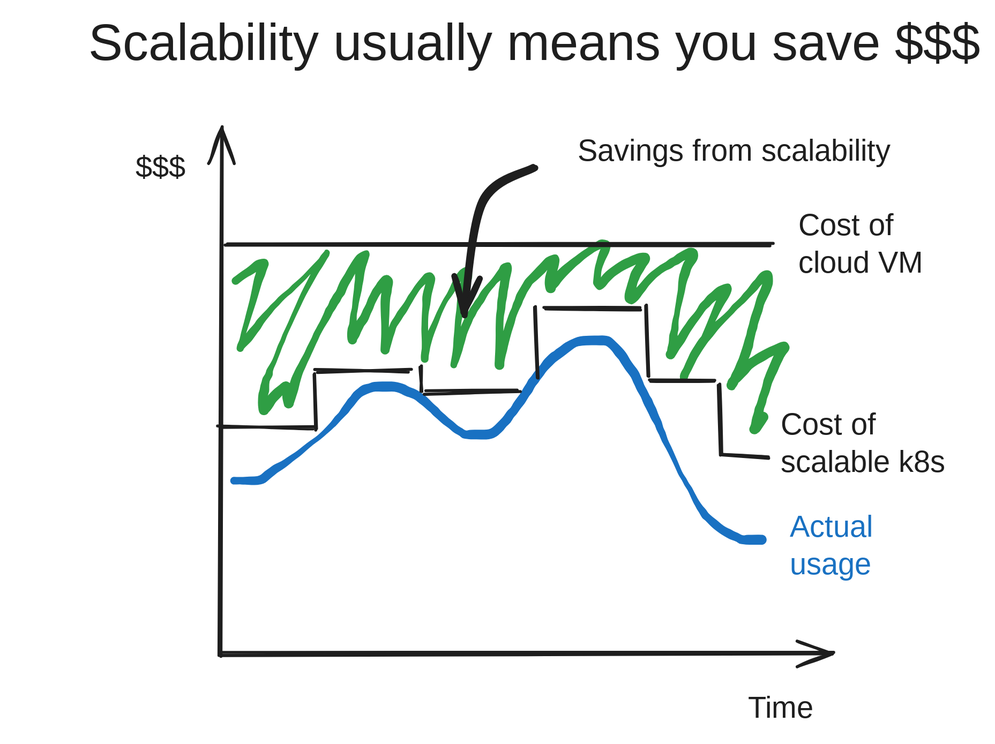
Above: content/blog/2025/binder-singlenode/images/scalable.excalidraw.svg in 2i2c-org/2i2c-org.github.io (Excalidraw), before the change. Source tidied: one line per element, renumbered; positions are measured from the earlier drawing's top-left corner, leaving out a move shared by most shapes.
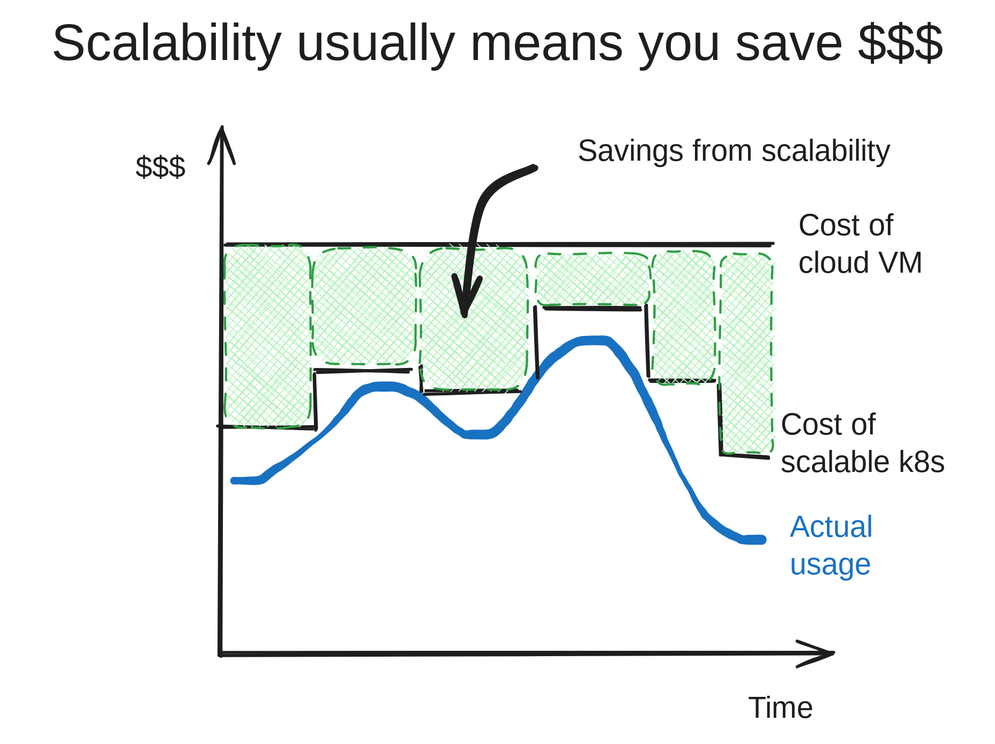
Later version of the same file.

What changed in the source:
```diff
@@ -1,4 +1,3 @@
-{"id": 0, "type": "freedraw", "strokeColor": "#2f9e44", "backgroundColor": "#a5d8ff", "fillStyle": "cross-hatch", "strokeWidth": 1, "roughness": 1, "x": 147, "y": 177, "width": 367, "height": 125, "points": [[0, 0], [3, 45], [47, 6], [18, 83], [37, 76], [72, 2], [78, 31], [102, 0], [118, 9], [127, 45], [151, 13], [173, 0], [176, 47], [197, -1], [211, 3], [241, 4], [265, -2], [302, -18], [292, 43], [324, 6], [307, 47], [355, -1], [337, 59], [363, 45], [348, 93]]}
 {"id": 1, "type": "arrow", "strokeColor": "#1e1e1e", "backgroundColor": "#ffec99", "fillStyle": "solid", "strokeWidth": 2, "roughness": 1, "endArrowhead": "arrow", "round": true, "x": 137, "y": 426, "width": 408, "height": 0, "points": [[0, 0], [408, 0]]}
 {"id": 2, "type": "arrow", "strokeColor": "#1e1e1e", "backgroundColor": "#ffec99", "fillStyle": "solid", "strokeWidth": 2, "roughness": 1, "endArrowhead": "arrow", "round": true, "x": 137, "y": 427, "width": 0, "height": 352, "points": [[0, 0], [0, -352]]}
 {"id": 3, "type": "freedraw", "strokeColor": "#1971c2", "backgroundColor": "#ffec99", "fillStyle": "solid", "strokeWidth": 1, "roughness": 1, "x": 146, "y": 311, "width": 352, "height": 133, "points": [[0, 0], [17, 0], [38, -15], [68, -39], [79, -54], [90, -62], [102, -63], [118, -59], [133, -47], [150, -33], [161, -31], [177, -36], [190, -52], [198, -65], [208, -78], [222, -89], [238, -94], [250, -92], [260, -82], [270, -65], [278, -48], [296, -10], [312, 20], [324, 32], [339, 39], [351, 39]]}
@@ -19,6 +18,12 @@
 {"id": 18, "type": "line", "strokeColor": "#1e1e1e", "backgroundColor": "#ffec99", "fillStyle": "cross-hatch", "strokeWidth": 2, "roughness": 1, "round": true, "x": 271, "y": 251, "width": 1, "height": 16, "points": [[0, 0], [-1, -16]]}
 {"id": 19, "type": "text", "text": "$$$", "strokeColor": "#1e1e1e", "backgroundColor": "#ffec99", "fillStyle": "cross-hatch", "strokeWidth": 2, "roughness": 1, "fontSize": 20, "fontFamily": 5, "textAlign": "right", "x": 70, "y": 90, "width": 44, "height": 25}
 {"id": 20, "type": "text", "text": "Time", "strokeColor": "#1e1e1e", "backgroundColor": "#ffec99", "fillStyle": "cross-hatch", "strokeWidth": 2, "roughness": 1, "fontSize": 20, "fontFamily": 5, "x": 489, "y": 451, "width": 48, "height": 25}
-{"id": 21, "type": "arrow", "strokeColor": "#1e1e1e", "backgroundColor": "#ffec99", "fillStyle": "cross-hatch", "strokeWidth": 4, "roughness": 1, "endArrowhead": "arrow", "round": true, "x": 347, "y": 101, "width": 47, "height": 98, "points": [[0, 0], [-34, 24], [-47, 98]]}
 {"id": 22, "type": "text", "text": "Savings from scalability", "strokeColor": "#1e1e1e", "backgroundColor": "#ffec99", "fillStyle": "cross-hatch", "strokeWidth": 2, "roughness": 1, "fontSize": 20, "fontFamily": 5, "textAlign": "right", "x": 355, "y": 79, "width": 229, "height": 25}
-{"id": 23, "type": "text", "text": "Scalability usually means you save $$$", "strokeColor": "#1e1e1e", "backgroundColor": "#ffec99", "fillStyle": "cross-hatch", "strokeWidth": 2, "roughness": 1, "fontSize": 34.23, "fontFamily": 5, "textAlign": "right", "x": 0, "y": 0, "width": 643, "height": 43}
+{"id": 23, "type": "text", "text": "Scalability usually means you save $$$", "strokeColor": "#1e1e1e", "backgroundColor": "#ffec99", "fillStyle": "cross-hatch", "strokeWidth": 2, "roughness": 1, "fontSize": 34.23, "fontFamily": 5, "textAlign": "center", "x": 0, "y": 0, "width": 643, "height": 43}
+{"id": 24, "type": "rectangle", "strokeColor": "#2f9e44", "backgroundColor": "#b2f2bb", "fillStyle": "cross-hatch", "strokeWidth": 1, "strokeStyle": "dashed", "roughness": 1, "round": true, "x": 140, "y": 153, "width": 57, "height": 121}
+{"id": 25, "type": "rectangle", "strokeColor": "#2f9e44", "backgroundColor": "#b2f2bb", "fillStyle": "cross-hatch", "strokeWidth": 1, "strokeStyle": "dashed", "roughness": 1, "round": true, "x": 198, "y": 156, "width": 69, "height": 77}
+{"id": 26, "type": "rectangle", "strokeColor": "#2f9e44", "backgroundColor": "#b2f2bb", "fillStyle": "cross-hatch", "strokeWidth": 1, "strokeStyle": "dashed", "roughness": 1, "round": true, "x": 270, "y": 156, "width": 71, "height": 94}
+{"id": 27, "type": "rectangle", "strokeColor": "#2f9e44", "backgroundColor": "#b2f2bb", "fillStyle": "cross-hatch", "strokeWidth": 1, "strokeStyle": "dashed", "roughness": 1, "round": true, "x": 347, "y": 159, "width": 76, "height": 34}
+{"id": 28, "type": "rectangle", "strokeColor": "#2f9e44", "backgroundColor": "#b2f2bb", "fillStyle": "cross-hatch", "strokeWidth": 1, "strokeStyle": "dashed", "roughness": 1, "round": true, "x": 425, "y": 158, "width": 41, "height": 89}
+{"id": 29, "type": "rectangle", "strokeColor": "#2f9e44", "backgroundColor": "#b2f2bb", "fillStyle": "cross-hatch", "strokeWidth": 1, "strokeStyle": "dashed", "roughness": 1, "round": true, "x": 471, "y": 159, "width": 34, "height": 133}
+{"id": 21, "type": "arrow", "strokeColor": "#1e1e1e", "backgroundColor": "#ffec99", "fillStyle": "cross-hatch", "strokeWidth": 4, "roughness": 1, "endArrowhead": "arrow", "round": true, "x": 347, "y": 101, "width": 47, "height": 98, "points": [[0, 0], [-34, 24], [-47, 98]]}
```
